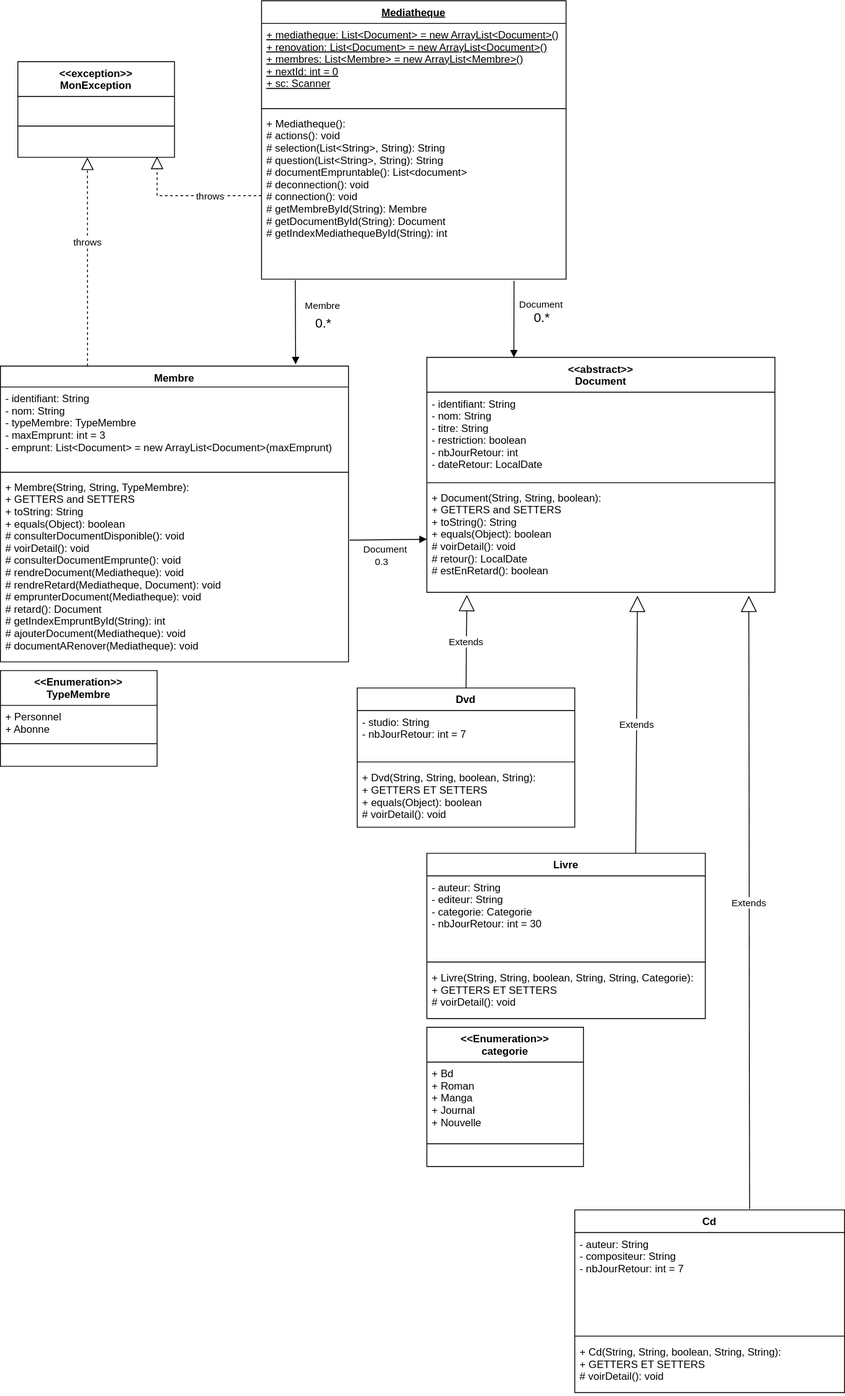
The draw.io diagram TP9_Mediatheque/assets/diagramme_de_classe.drawio.svg in jeremyfouquet/heritage_java, before a commit. Source tidied: cells renumbered, new cells last; positions are measured from the earlier drawing's top-left corner, leaving out a move shared by most shapes.
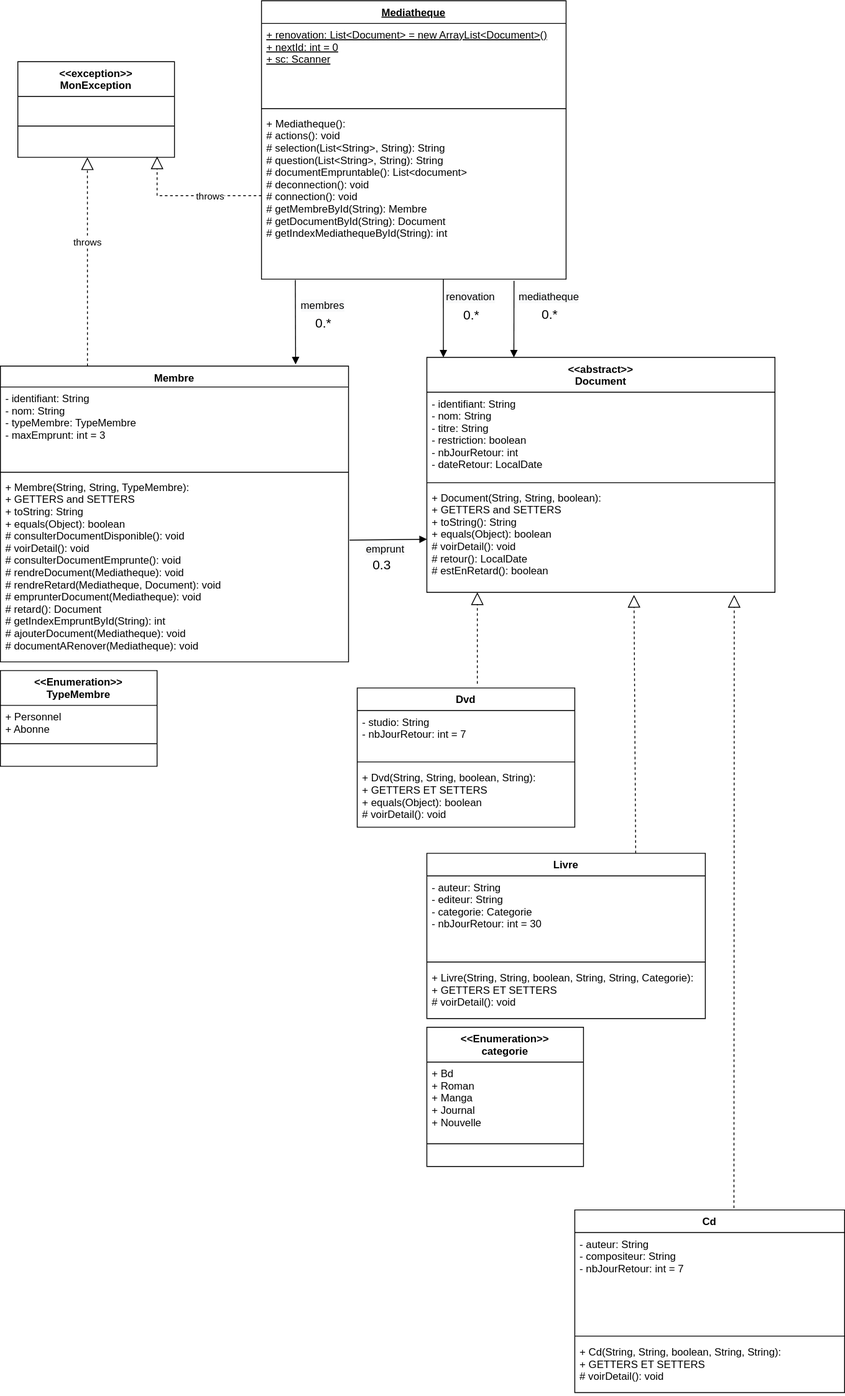
Later version of the same file.

Diff of the diagram source:
```diff
@@ -53,7 +53,7 @@
     <mxCell id="16" value="Mediatheque" style="swimlane;fontStyle=5;align=center;verticalAlign=top;horizontal=1;startSize=26;" parent="1" vertex="1">
       <mxGeometry x="300" width="350" height="320" as="geometry" />
     </mxCell>
-    <mxCell id="17" value="+ mediatheque: List&lt;Document&gt; = new ArrayList&lt;Document&gt;()&#10;+ renovation: List&lt;Document&gt; = new ArrayList&lt;Document&gt;()&#10;+ membres: List&lt;Membre&gt; = new ArrayList&lt;Membre&gt;()&#10;+ nextId: int = 0&#10;+ sc: Scanner" style="text;strokeColor=none;fillColor=none;align=left;verticalAlign=top;spacingLeft=4;spacingRight=4;overflow=hidden;fontStyle=4;" parent="16" vertex="1">
+    <mxCell id="17" value="+ renovation: List&lt;Document&gt; = new ArrayList&lt;Document&gt;()&#10;+ nextId: int = 0&#10;+ sc: Scanner" style="text;strokeColor=none;fillColor=none;align=left;verticalAlign=top;spacingLeft=4;spacingRight=4;overflow=hidden;fontStyle=4;" parent="16" vertex="1">
       <mxGeometry y="26" width="350" height="94" as="geometry" />
     </mxCell>
     <mxCell id="18" style="line;strokeWidth=1;fillColor=none;align=left;verticalAlign=middle;spacingTop=-1;spacingLeft=3;spacingRight=3;labelPosition=right;" parent="16" vertex="1">
@@ -62,12 +62,12 @@
     <mxCell id="19" value="+ Mediatheque():&#10;# actions(): void&#10;# selection(List&lt;String&gt;, String): String&#10;# question(List&lt;String&gt;, String): String&#10;# documentEmpruntable(): List&lt;document&gt;&#10;# deconnection(): void&#10;# connection(): void&#10;# getMembreById(String): Membre&#10;# getDocumentById(String): Document&#10;# getIndexMediathequeById(String): int" style="text;strokeColor=none;fillColor=none;align=left;verticalAlign=top;spacingLeft=4;spacingRight=4;overflow=hidden;points=[[0,0.5],[1,0.5]];portConstraint=eastwest;fontStyle=0;" parent="16" vertex="1">
       <mxGeometry y="128" width="350" height="192" as="geometry" />
     </mxCell>
-    <mxCell id="20" value="Document" style="html=1;verticalAlign=bottom;endArrow=block;rounded=0;entryX=0;entryY=0.5;entryDx=0;entryDy=0;exitX=1.003;exitY=0.346;exitDx=0;exitDy=0;exitPerimeter=0;" parent="1" edge="1" source="29" target="7">
+    <mxCell id="20" value="&lt;span style=&quot;font-size: 12px ; text-align: left ; background-color: rgb(248 , 249 , 250)&quot;&gt;emprunt&lt;/span&gt;" style="html=1;verticalAlign=bottom;endArrow=block;rounded=0;entryX=0;entryY=0.5;entryDx=0;entryDy=0;exitX=1.003;exitY=0.346;exitDx=0;exitDy=0;exitPerimeter=0;" parent="1" edge="1" source="29" target="7">
       <mxGeometry x="-0.07" y="-20" relative="1" as="geometry" />
     </mxCell>
-    <mxCell id="21" value="0.3" style="edgeLabel;html=1;align=center;verticalAlign=middle;" parent="20" vertex="1">
+    <mxCell id="21" value="&lt;font style=&quot;font-size: 15px&quot;&gt;0.3&lt;/font&gt;" style="edgeLabel;html=1;align=center;verticalAlign=middle;" parent="20" vertex="1">
       <mxGeometry x="0.4" y="-2" relative="1" as="geometry">
-        <mxPoint x="-26" y="23" as="offset" />
+        <mxPoint x="-26" y="26" as="offset" />
       </mxGeometry>
     </mxCell>
     <mxCell id="22" value="&lt;&lt;Enumeration&gt;&gt;&#10;categorie" style="swimlane;fontStyle=1;align=center;verticalAlign=top;horizontal=1;startSize=40;" parent="1" vertex="1">
@@ -85,7 +85,7 @@
     <mxCell id="26" value="Membre" style="swimlane;fontStyle=1;align=center;verticalAlign=top;horizontal=1;startSize=24;" parent="1" vertex="1">
       <mxGeometry y="420" width="400" height="340" as="geometry" />
     </mxCell>
-    <mxCell id="27" value="- identifiant: String&#10;- nom: String&#10;- typeMembre: TypeMembre&#10;- maxEmprunt: int = 3&#10;- emprunt: List&lt;Document&gt; = new ArrayList&lt;Document&gt;(maxEmprunt)" style="text;strokeColor=none;fillColor=none;align=left;verticalAlign=top;spacingLeft=4;spacingRight=4;overflow=hidden;fontStyle=0;" parent="26" vertex="1">
+    <mxCell id="27" value="- identifiant: String&#10;- nom: String&#10;- typeMembre: TypeMembre&#10;- maxEmprunt: int = 3&#10;" style="text;strokeColor=none;fillColor=none;align=left;verticalAlign=top;spacingLeft=4;spacingRight=4;overflow=hidden;fontStyle=0;" parent="26" vertex="1">
       <mxGeometry y="24" width="400" height="94" as="geometry" />
     </mxCell>
     <mxCell id="28" style="line;strokeWidth=1;fillColor=none;align=left;verticalAlign=middle;spacingTop=-1;spacingLeft=3;spacingRight=3;labelPosition=right;" parent="26" vertex="1">
@@ -106,15 +106,6 @@
     <mxCell id="33" value=" " style="text;strokeColor=none;fillColor=none;align=left;verticalAlign=top;spacingLeft=4;spacingRight=4;overflow=hidden;fontStyle=0;" parent="30" vertex="1">
       <mxGeometry y="88" width="180" height="22" as="geometry" />
     </mxCell>
-    <mxCell id="34" value="Extends" style="endArrow=block;endSize=16;endFill=0;html=1;rounded=0;entryX=0.115;entryY=1.025;entryDx=0;entryDy=0;entryPerimeter=0;exitX=0.5;exitY=0;exitDx=0;exitDy=0;" parent="1" edge="1" source="8" target="7">
-      <mxGeometry relative="1" as="geometry" />
-    </mxCell>
-    <mxCell id="35" value="Extends" style="endArrow=block;endSize=16;endFill=0;html=1;rounded=0;entryX=0.605;entryY=1.033;entryDx=0;entryDy=0;entryPerimeter=0;exitX=0.75;exitY=0;exitDx=0;exitDy=0;" parent="1" edge="1" source="41" target="7">
-      <mxGeometry relative="1" as="geometry" />
-    </mxCell>
-    <mxCell id="36" value="Extends" style="endArrow=block;endSize=16;endFill=0;html=1;rounded=0;entryX=0.925;entryY=1.033;entryDx=0;entryDy=0;entryPerimeter=0;exitX=0.648;exitY=-0.005;exitDx=0;exitDy=0;exitPerimeter=0;" parent="1" edge="1" source="12" target="7">
-      <mxGeometry relative="1" as="geometry" />
-    </mxCell>
     <mxCell id="37" value="&lt;&lt;exception&gt;&gt;&#10;MonException" style="swimlane;fontStyle=1;align=center;verticalAlign=top;horizontal=1;startSize=40;" parent="1" vertex="1">
       <mxGeometry x="20" y="70" width="180" height="110" as="geometry" />
     </mxCell>
@@ -151,7 +142,7 @@
         <mxPoint x="-13" as="offset" />
       </mxGeometry>
     </mxCell>
-    <mxCell id="47" value="Membre" style="html=1;verticalAlign=bottom;endArrow=block;rounded=0;entryX=0.848;entryY=-0.006;entryDx=0;entryDy=0;exitX=0.111;exitY=1.005;exitDx=0;exitDy=0;exitPerimeter=0;entryPerimeter=0;" parent="1" edge="1" source="19" target="26">
+    <mxCell id="47" value="&lt;span style=&quot;font-size: 12px ; text-align: left ; background-color: rgb(248 , 249 , 250)&quot;&gt;membres&lt;/span&gt;" style="html=1;verticalAlign=bottom;endArrow=block;rounded=0;entryX=0.848;entryY=-0.006;entryDx=0;entryDy=0;exitX=0.111;exitY=1.005;exitDx=0;exitDy=0;exitPerimeter=0;entryPerimeter=0;" parent="1" edge="1" source="19" target="26">
       <mxGeometry x="-0.19" y="31" relative="1" as="geometry" />
     </mxCell>
     <mxCell id="48" value="&lt;font style=&quot;font-size: 15px&quot;&gt;0.*&lt;/font&gt;" style="edgeLabel;html=1;align=center;verticalAlign=middle;" parent="47" vertex="1">
@@ -159,13 +150,35 @@
         <mxPoint x="33" y="-19" as="offset" />
       </mxGeometry>
     </mxCell>
-    <mxCell id="49" value="Document" style="html=1;verticalAlign=bottom;endArrow=block;rounded=0;entryX=0.25;entryY=0;entryDx=0;entryDy=0;exitX=0.829;exitY=1.01;exitDx=0;exitDy=0;exitPerimeter=0;" parent="1" edge="1" source="19" target="4">
-      <mxGeometry x="-0.19" y="31" relative="1" as="geometry" />
+    <mxCell id="49" value="&lt;span style=&quot;font-size: 12px ; text-align: left ; background-color: rgb(248 , 249 , 250)&quot;&gt;mediatheque&lt;/span&gt;" style="html=1;verticalAlign=bottom;endArrow=block;rounded=0;entryX=0.25;entryY=0;entryDx=0;entryDy=0;exitX=0.829;exitY=1.01;exitDx=0;exitDy=0;exitPerimeter=0;" parent="1" edge="1" source="19" target="4">
+      <mxGeometry x="-0.36" y="40" relative="1" as="geometry" />
     </mxCell>
     <mxCell id="50" value="&lt;font style=&quot;font-size: 15px&quot;&gt;0.*&lt;/font&gt;" style="edgeLabel;html=1;align=center;verticalAlign=middle;" parent="49" vertex="1">
       <mxGeometry x="0.4" y="-2" relative="1" as="geometry">
-        <mxPoint x="33" y="-19" as="offset" />
+        <mxPoint x="42" y="-23" as="offset" />
       </mxGeometry>
     </mxCell>
+    <mxCell id="51" value="&lt;span style=&quot;font-size: 12px ; text-align: left ; background-color: rgb(248 , 249 , 250)&quot;&gt;renovation&lt;/span&gt;" style="html=1;verticalAlign=bottom;endArrow=block;rounded=0;exitX=0.597;exitY=1.016;exitDx=0;exitDy=0;exitPerimeter=0;" parent="1" edge="1">
+      <mxGeometry x="-0.33" y="31" relative="1" as="geometry">
+        <mxPoint x="509" y="320" as="sourcePoint" />
+        <mxPoint x="509" y="410" as="targetPoint" />
+      </mxGeometry>
+    </mxCell>
+    <mxCell id="52" value="&lt;font style=&quot;font-size: 15px&quot;&gt;0.*&lt;/font&gt;" style="edgeLabel;html=1;align=center;verticalAlign=middle;" parent="51" vertex="1">
+      <mxGeometry x="0.4" y="-2" relative="1" as="geometry">
+        <mxPoint x="34" y="-23" as="offset" />
+      </mxGeometry>
+    </mxCell>
+    <mxCell id="53" style="endArrow=block;dashed=1;endFill=0;endSize=12;html=1;rounded=0;fontSize=15;exitX=0.552;exitY=-0.031;exitDx=0;exitDy=0;exitPerimeter=0;" parent="1" edge="1" source="8">
+      <mxGeometry relative="1" as="geometry">
+        <mxPoint x="548" y="680" as="targetPoint" />
+      </mxGeometry>
+    </mxCell>
+    <mxCell id="35" style="endArrow=block;dashed=1;endFill=0;endSize=12;html=1;rounded=0;fontSize=15;entryX=0.595;entryY=1.025;entryDx=0;entryDy=0;entryPerimeter=0;exitX=0.75;exitY=0;exitDx=0;exitDy=0;" parent="1" edge="1" source="41" target="7">
+      <mxGeometry relative="1" as="geometry" />
+    </mxCell>
+    <mxCell id="36" style="endArrow=block;dashed=1;endFill=0;endSize=12;html=1;rounded=0;fontSize=15;entryX=0.883;entryY=1.025;entryDx=0;entryDy=0;entryPerimeter=0;exitX=0.59;exitY=-0.01;exitDx=0;exitDy=0;exitPerimeter=0;" parent="1" edge="1" source="12" target="7">
+      <mxGeometry relative="1" as="geometry" />
+    </mxCell>
   </root>
 </mxGraphModel>
```
